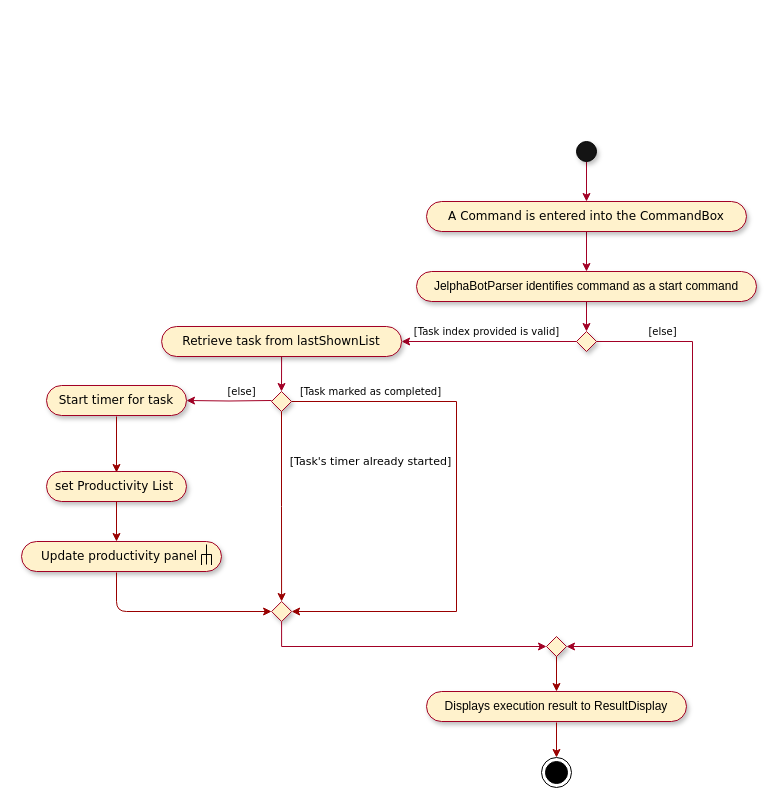
This is docs/diagrams/StartActivityDiagram.drawio from yapdianhao/main, a draw.io file, before an edit. Source tidied: cells renumbered, new cells numbered last; positions are measured from the earlier drawing's top-left corner, leaving out a move shared by most shapes. Both pictures are drawn from the tidied source at 100%, with x=0, y=0 at pixel (21, 141).
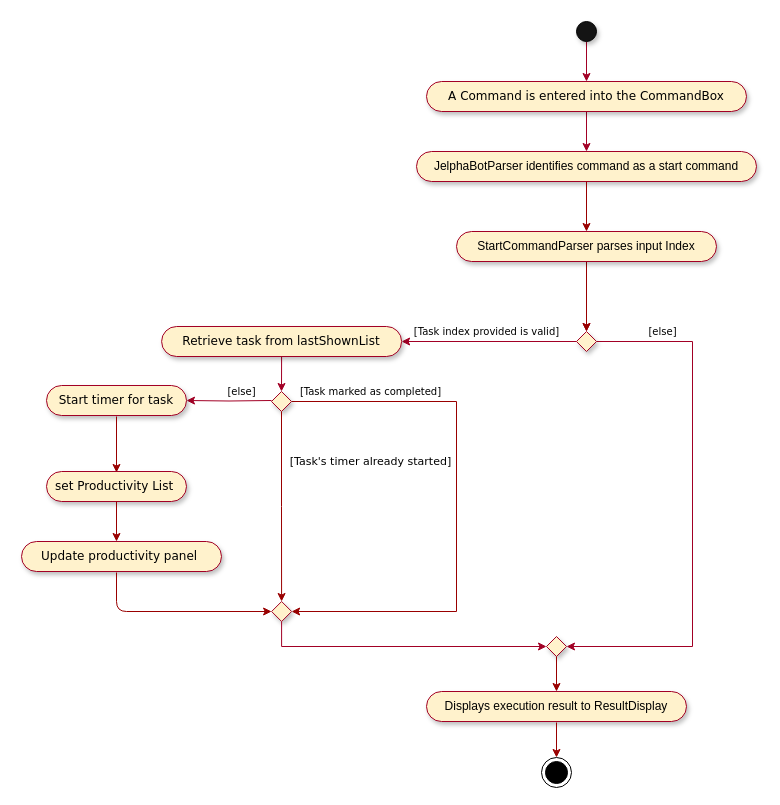
The same page after the edit.

The change refers to these unchanged cells:
```xml
<mxCell id="8" style="rhombus;whiteSpace=wrap;html=1;shadow=1;strokeColor=#A20025;fillColor=#fff2cc;" parent="1" vertex="1">
  <mxGeometry x="555" y="190" width="20" height="20" as="geometry" />
</mxCell>
```

Change to the diagram source:
```diff
@@
     <mxCell id="3" style="ellipse;whiteSpace=wrap;html=1;fillColor=#141414;shadow=1;" parent="1" vertex="1">
-      <mxGeometry x="555" width="20" height="20" as="geometry" />
+      <mxGeometry x="555" y="-120" width="20" height="20" as="geometry" />
     </mxCell>
-    <mxCell id="4" style="edgeStyle=orthogonalEdgeStyle;rounded=0;jettySize=auto;html=1;startArrow=none;startFill=0;endArrow=classic;endFill=1;strokeColor=#A20025;fontFamily=Verdana;" parent="1" edge="1" source="5" target="8">
+    <mxCell id="4" style="edgeStyle=orthogonalEdgeStyle;rounded=0;jettySize=auto;html=1;startArrow=none;startFill=0;endArrow=classic;endFill=1;strokeColor=#A20025;fontFamily=Verdana;exitX=0.5;exitY=1;exitDx=0;exitDy=0;" parent="1" edge="1" source="40" target="8">
       <mxGeometry relative="1" as="geometry" />
     </mxCell>
     <mxCell id="5" value="JelphaBotParser identifies command as a start command" style="whiteSpace=wrap;html=1;rounded=1;arcSize=50;align=center;verticalAlign=middle;strokeWidth=1;spacing=4;newEdgeStyle={&quot;edgeStyle&quot;:&quot;entityRelationEdgeStyle&quot;,&quot;startArrow&quot;:&quot;none&quot;,&quot;endArrow&quot;:&quot;none&quot;,&quot;segment&quot;:10,&quot;curved&quot;:1};shadow=1;fillColor=#fff2cc;strokeColor=#A20025;" parent="1" vertex="1">
-      <mxGeometry x="395" y="130" width="340" height="30" as="geometry" />
+      <mxGeometry x="395" y="10" width="340" height="30" as="geometry" />
     </mxCell>
@@
     <mxCell id="10" value="A Command is entered into the CommandBox" style="whiteSpace=wrap;rounded=1;arcSize=50;align=center;verticalAlign=middle;strokeWidth=1;spacing=4;newEdgeStyle={&quot;edgeStyle&quot;:&quot;entityRelationEdgeStyle&quot;,&quot;startArrow&quot;:&quot;none&quot;,&quot;endArrow&quot;:&quot;none&quot;,&quot;segment&quot;:10,&quot;curved&quot;:1};shadow=1;fillColor=#fff2cc;strokeColor=#A20025;horizontal=1;fontFamily=Verdana;" parent="1" vertex="1">
-      <mxGeometry x="405" y="60" width="320" height="30" as="geometry" />
+      <mxGeometry x="405" y="-60" width="320" height="30" as="geometry" />
     </mxCell>
@@
-    <mxCell id="32" style="endArrow=none;html=1;strokeColor=#000000;exitX=0.5;exitY=0;exitDx=0;exitDy=0;" parent="1" edge="1" source="33">
-      <mxGeometry relative="1" as="geometry">
-        <mxPoint x="185" y="403" as="targetPoint" />
-      </mxGeometry>
-    </mxCell>
-    <mxCell id="33" style="shape=partialRectangle;whiteSpace=wrap;html=1;bottom=1;right=1;left=1;top=0;fillColor=none;routingCenterX=-0.5;direction=west;" parent="1" vertex="1">
-      <mxGeometry x="180" y="413" width="10" height="10" as="geometry" />
-    </mxCell>
-    <mxCell id="34" style="endArrow=none;html=1;strokeColor=#990000;" parent="1" edge="1" target="33">
+    <mxCell id="34" style="endArrow=none;html=1;strokeColor=#990000;" parent="1" edge="1">
       <mxGeometry relative="1" as="geometry">
         <mxPoint x="180" y="423" as="sourcePoint" />
+        <mxPoint x="180" y="423" as="targetPoint" />
       </mxGeometry>
     </mxCell>
@@
+    <mxCell id="39" style="edgeStyle=orthogonalEdgeStyle;rounded=0;jettySize=auto;html=1;strokeColor=#990000;" parent="1" edge="1" source="40" target="8">
+      <mxGeometry relative="1" as="geometry" />
+    </mxCell>
+    <mxCell id="40" value="StartCommandParser parses input Index" style="whiteSpace=wrap;html=1;rounded=1;arcSize=50;align=center;verticalAlign=middle;strokeWidth=1;spacing=4;newEdgeStyle={&quot;edgeStyle&quot;:&quot;entityRelationEdgeStyle&quot;,&quot;startArrow&quot;:&quot;none&quot;,&quot;endArrow&quot;:&quot;none&quot;,&quot;segment&quot;:10,&quot;curved&quot;:1};shadow=1;fillColor=#fff2cc;strokeColor=#A20025;" parent="1" vertex="1">
+      <mxGeometry x="435" y="90" width="260" height="30" as="geometry" />
+    </mxCell>
+    <mxCell id="41" style="edgeStyle=orthogonalEdgeStyle;rounded=0;orthogonalLoop=1;jettySize=auto;html=1;strokeColor=#990000;" parent="1" edge="1">
+      <mxGeometry relative="1" as="geometry">
+        <mxPoint x="565" y="40" as="sourcePoint" />
+        <mxPoint x="565" y="90" as="targetPoint" />
+      </mxGeometry>
+    </mxCell>
```
